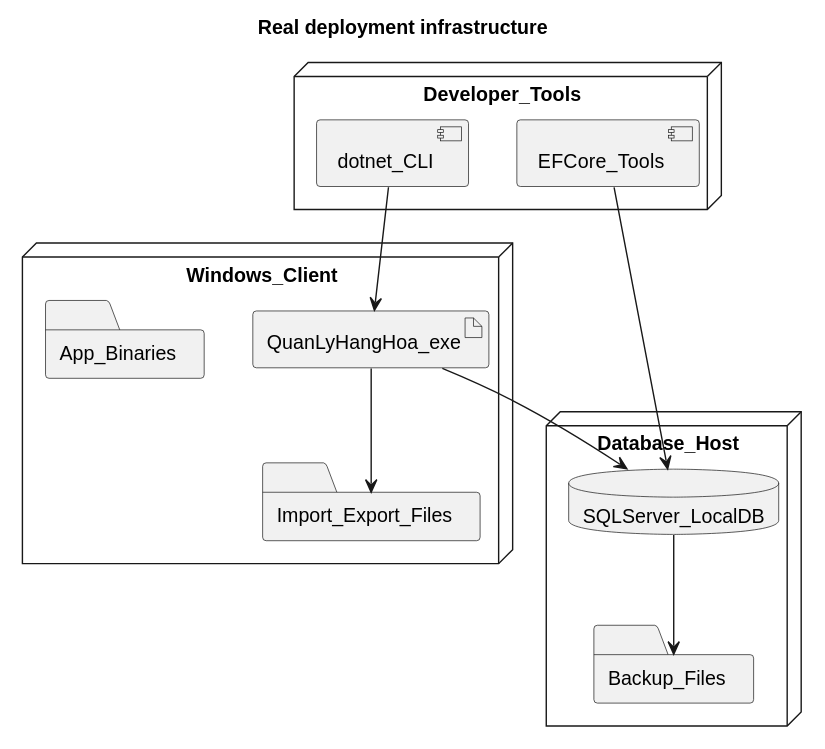
TheGiver262/WarePro keeps this PlantUML diagram as Diagram/plantuml-svg/Infrastructure_HaTang.svg. Above is the earlier version. Its diagram source:
```plantuml
@startuml
title Real deployment infrastructure
node Windows_Client {
  artifact QuanLyHangHoa_exe as App
  folder App_Binaries as Bin
  folder Import_Export_Files as Files
}
node Database_Host {
  database SQLServer_LocalDB as Sql
  folder Backup_Files as Backup
}
node Developer_Tools {
  [dotnet_CLI] as Dotnet
  [EFCore_Tools] as Ef
}
App --> Sql
App --> Files
Sql --> Backup
Dotnet --> App
Ef --> Sql
@enduml
```
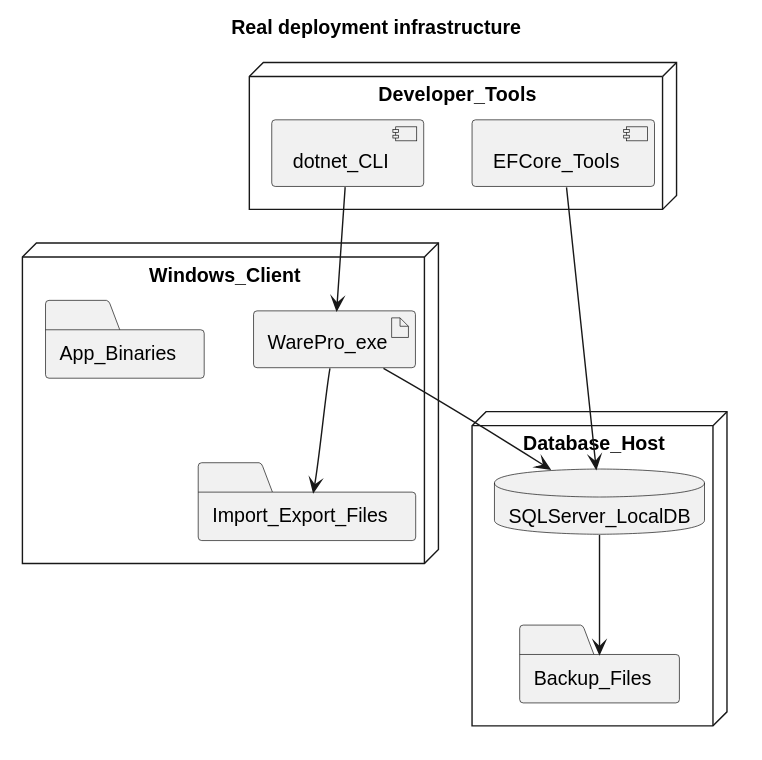
After the commit.

What changed in the source:
```diff
@@ -1,7 +1,7 @@
 @startuml
 title Real deployment infrastructure
 node Windows_Client {
-  artifact QuanLyHangHoa_exe as App
+  artifact WarePro_exe as App
   folder App_Binaries as Bin
   folder Import_Export_Files as Files
 }
```
